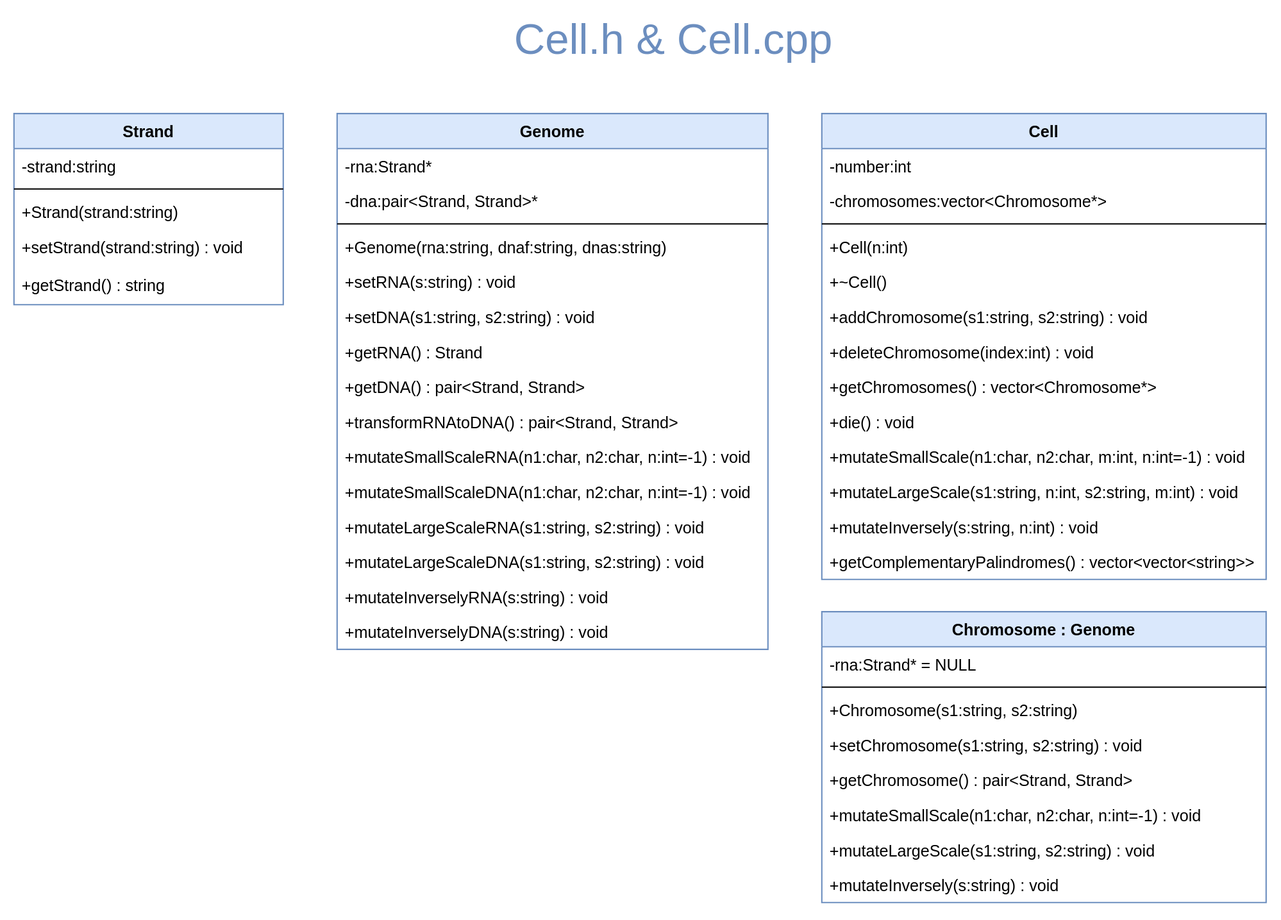
The draw.io diagram schema/classes/Cell.drawio.svg in k-forghani/class-of-life, before a commit. Source tidied: cells renumbered, new cells last; positions are measured from the earlier drawing's top-left corner, leaving out a move shared by most shapes.
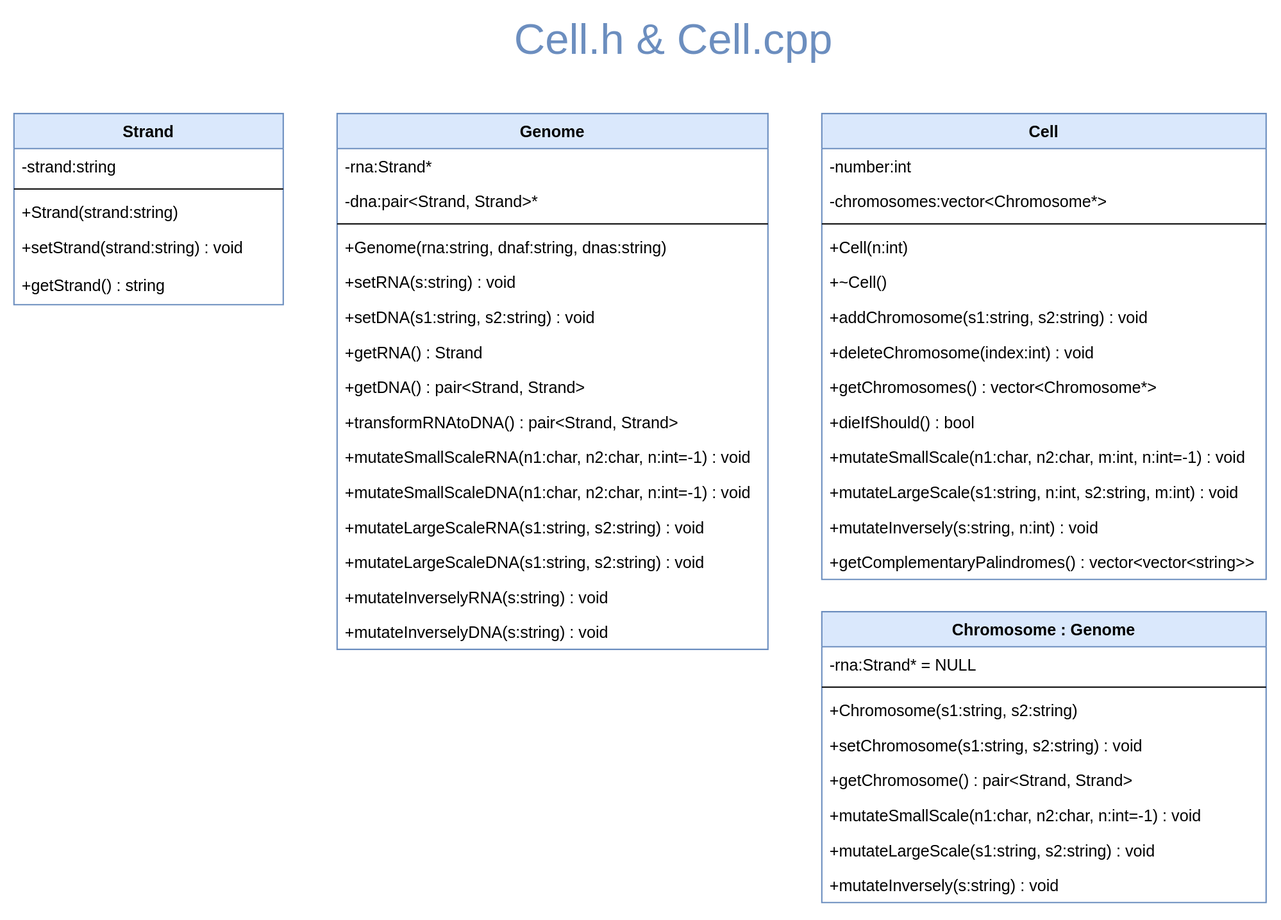
Later version of the same file.

Commit message:
Modified Cell schema

The edit, as a diff of the source:
```diff
@@ -122,7 +122,7 @@
     <mxCell id="41" value="+getChromosomes() : vector&lt;Chromosome*&gt;" style="text;align=left;verticalAlign=top;spacingLeft=4;spacingRight=4;overflow=hidden;" parent="33" vertex="1">
       <mxGeometry y="190" width="330" height="26" as="geometry" />
     </mxCell>
-    <mxCell id="42" value="+die() : void" style="text;align=left;verticalAlign=top;spacingLeft=4;spacingRight=4;overflow=hidden;" parent="33" vertex="1">
+    <mxCell id="42" value="+dieIfShould() : bool" style="text;align=left;verticalAlign=top;spacingLeft=4;spacingRight=4;overflow=hidden;" parent="33" vertex="1">
       <mxGeometry y="216" width="330" height="26" as="geometry" />
     </mxCell>
     <mxCell id="43" value="+mutateSmallScale(n1:char, n2:char, m:int, n:int=-1) : void" style="text;align=left;verticalAlign=top;spacingLeft=4;spacingRight=4;overflow=hidden;" parent="33" vertex="1">
```
